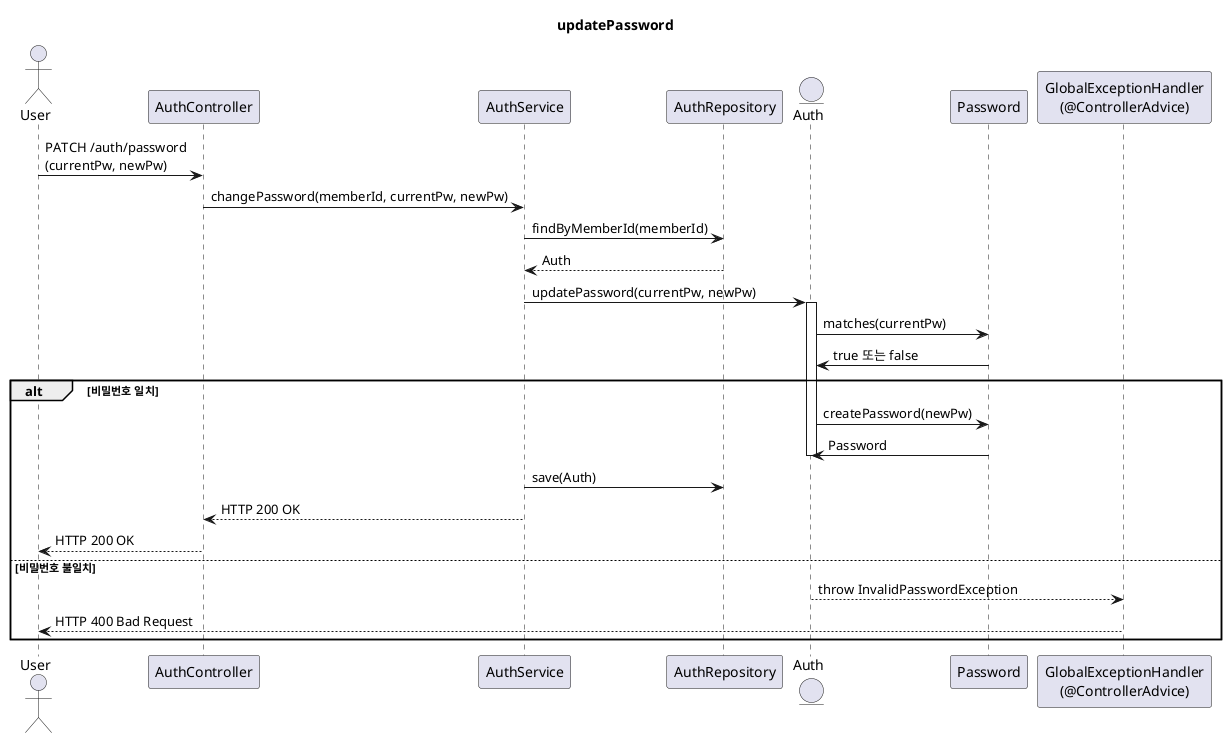
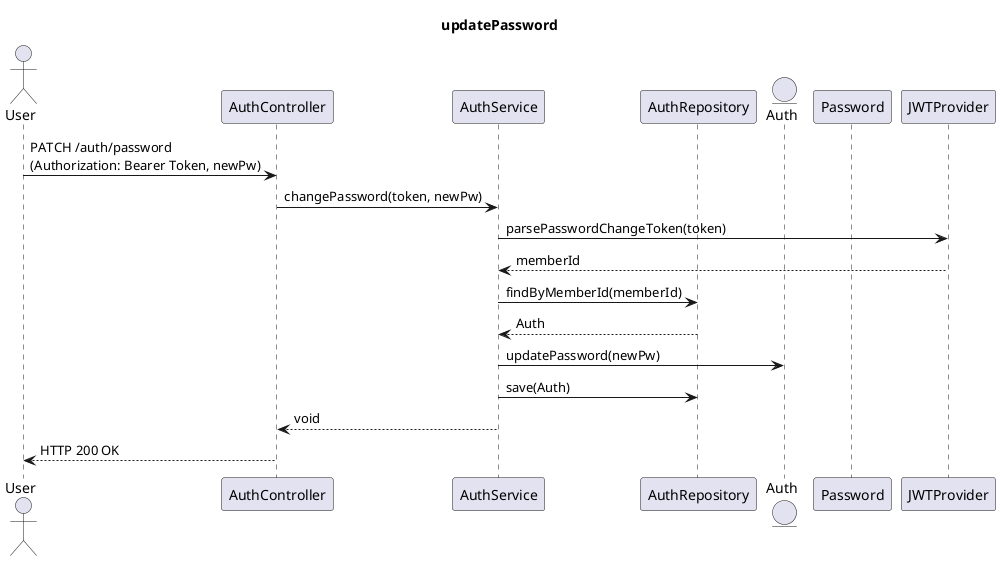
@startuml
title updatePassword

actor User
participant AuthController
participant AuthService
participant AuthRepository
entity Auth
participant Password
- participant ExceptionHandler as "GlobalExceptionHandler\n(@ControllerAdvice)"
+ participant JWTProvider

- User -> AuthController : PATCH /auth/password\n(currentPw, newPw)
+ User -> AuthController : PATCH /auth/password\n(Authorization: Bearer Token, newPw)

- AuthController -> AuthService : changePassword(memberId, currentPw, newPw)
+ AuthController -> AuthService : changePassword(token, newPw)
+ 
+ AuthService -> JWTProvider : parsePasswordChangeToken(token)
+ JWTProvider --> AuthService : memberId

AuthService -> AuthRepository : findByMemberId(memberId)
AuthRepository --> AuthService : Auth

- AuthService -> Auth : updatePassword(currentPw, newPw)
- activate Auth
- Auth -> Password : matches(currentPw)
- Password -> Auth : true 또는 false
+ AuthService -> Auth : updatePassword(newPw)

- alt 비밀번호 일치
-   Auth -> Password : createPassword(newPw)
-   Password -> Auth : Password
-   deactivate Auth
-   AuthService -> AuthRepository : save(Auth)
-   AuthService --> AuthController : HTTP 200 OK
-   AuthController --> User : HTTP 200 OK
- 
- else 비밀번호 불일치
-   Auth --> ExceptionHandler : throw InvalidPasswordException
-   ExceptionHandler --> User : HTTP 400 Bad Request
- end
+ AuthService -> AuthRepository : save(Auth)
+ AuthService --> AuthController : void
+ AuthController --> User : HTTP 200 OK

@enduml